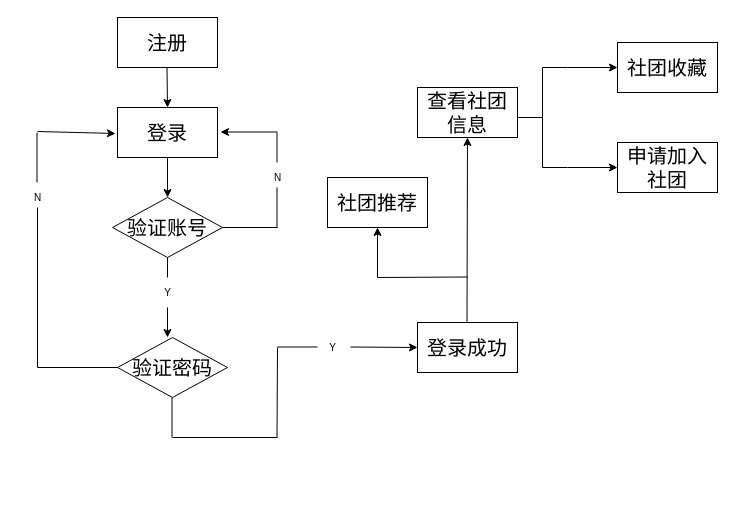
april000/MovieRecommender keeps this draw.io diagram as Untitled Diagram.drawio. Above is the earlier version. Source tidied: cells renumbered, new cells numbered last; positions are measured from the earlier drawing's top-left corner, leaving out a move shared by most shapes. Both pictures are drawn from the tidied source at 100%, with x=0, y=0 at pixel (17, 17).
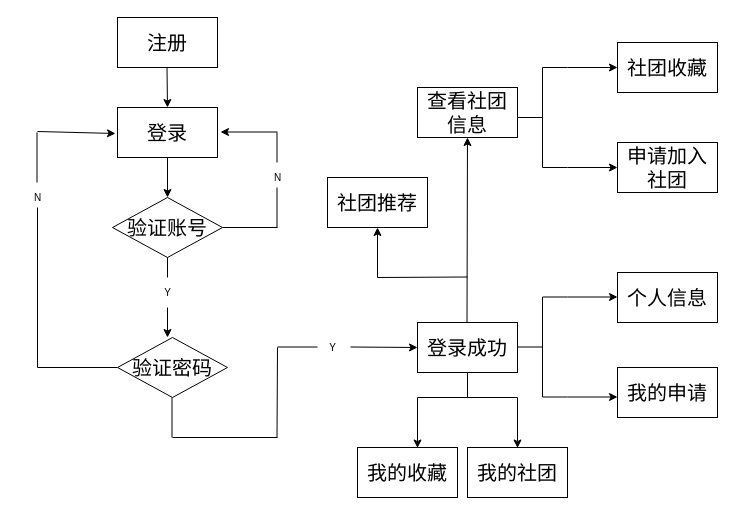
The same diagram, later.

What changed in the source:
```diff
@@
+    <mxCell id="38" style="strokeWidth=1;shape=mxgraph.flowchart.annotation_2;align=left;fontSize=10;fontStyle=0;html=1;fontColor=#000000;" parent="1" vertex="1">
+      <mxGeometry x="500" y="279.5" width="50" height="100" as="geometry" />
+    </mxCell>
+    <mxCell id="39" style="endArrow=classic;html=1;fontSize=10;" parent="1" edge="1">
+      <mxGeometry relative="1" as="geometry">
+        <mxPoint x="550" y="279.5" as="sourcePoint" />
+        <mxPoint x="600" y="279.5" as="targetPoint" />
+      </mxGeometry>
+    </mxCell>
+    <mxCell id="40" style="endArrow=classic;html=1;fontSize=10;" parent="1" edge="1">
+      <mxGeometry relative="1" as="geometry">
+        <mxPoint x="550" y="379.5" as="sourcePoint" />
+        <mxPoint x="600" y="379.5" as="targetPoint" />
+      </mxGeometry>
+    </mxCell>
+    <mxCell id="41" value="个人信息" style="rounded=0;whiteSpace=wrap;html=1;fontSize=20;" parent="1" vertex="1">
+      <mxGeometry x="600" y="255" width="100" height="50" as="geometry" />
+    </mxCell>
+    <mxCell id="42" value="我的申请" style="rounded=0;whiteSpace=wrap;html=1;fontSize=20;" parent="1" vertex="1">
+      <mxGeometry x="600" y="350" width="100" height="50" as="geometry" />
+    </mxCell>
+    <mxCell id="43" style="endArrow=classic;html=1;fontSize=10;" parent="1" edge="1">
+      <mxGeometry relative="1" as="geometry">
+        <mxPoint x="400" y="400" as="sourcePoint" />
+        <mxPoint x="400" y="430.5" as="targetPoint" />
+      </mxGeometry>
+    </mxCell>
+    <mxCell id="44" style="strokeWidth=1;shape=mxgraph.flowchart.annotation_2;align=left;fontSize=10;fontStyle=0;html=1;fontColor=#000000;rotation=90;" parent="1" vertex="1">
+      <mxGeometry x="425" y="330" width="50" height="100" as="geometry" />
+    </mxCell>
+    <mxCell id="45" style="endArrow=classic;html=1;fontSize=10;" parent="1" edge="1">
+      <mxGeometry relative="1" as="geometry">
+        <mxPoint x="500" y="400" as="sourcePoint" />
+        <mxPoint x="500" y="430.5" as="targetPoint" />
+      </mxGeometry>
+    </mxCell>
+    <mxCell id="46" value="我的收藏" style="rounded=0;whiteSpace=wrap;html=1;fontSize=20;" parent="1" vertex="1">
+      <mxGeometry x="340" y="430" width="100" height="50" as="geometry" />
+    </mxCell>
+    <mxCell id="47" value="我的社团" style="rounded=0;whiteSpace=wrap;html=1;fontSize=20;" parent="1" vertex="1">
+      <mxGeometry x="450" y="430" width="100" height="50" as="geometry" />
+    </mxCell>
```
